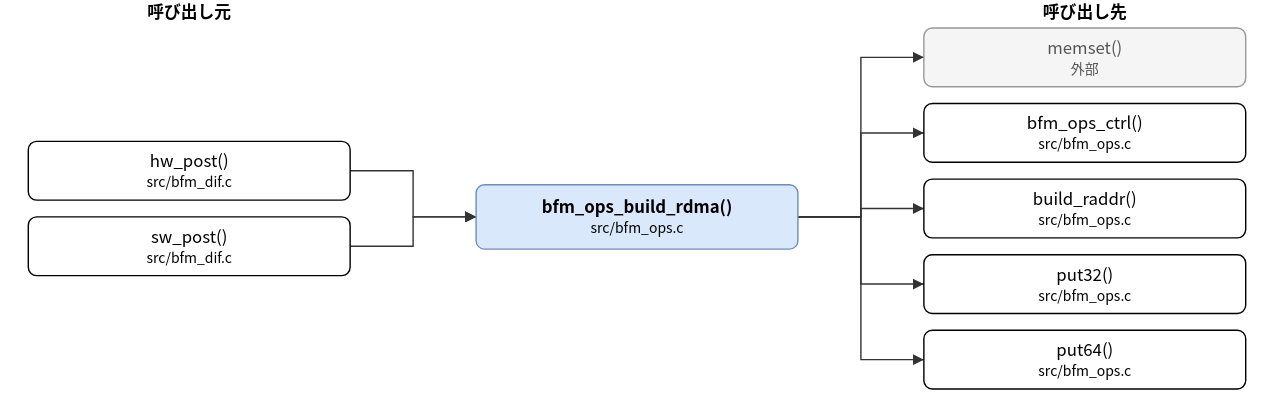
hf355051012-ai/bfmem keeps this draw.io diagram as doc/spec/images/call_src_bfm_ops-bfm_ops_build_rdma.drawio.svg. Above is the earlier version. Source tidied: cells renumbered, new cells last; positions are measured from the earlier drawing's top-left corner, leaving out a move shared by most shapes.
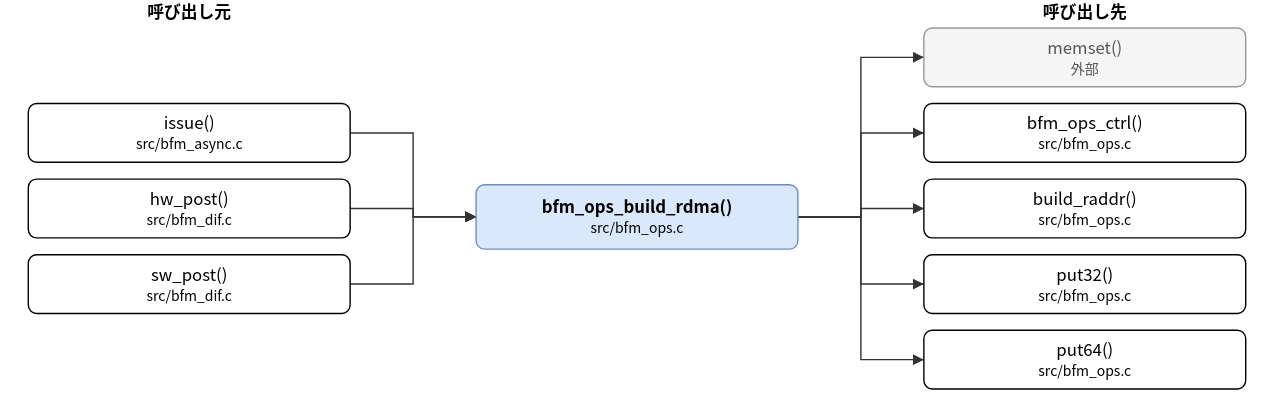
After the commit.

What changed in the source:
```diff
@@ -5,12 +5,15 @@
     <mxCell id="2" value="bfm_ops_build_rdma()&lt;br&gt;&lt;font style=&quot;font-size:10px&quot;&gt;src/bfm_ops.c&lt;/font&gt;" style="rounded=1;whiteSpace=wrap;html=1;fillColor=#dae8fc;strokeColor=#6c8ebf;fontStyle=1;" parent="1" vertex="1">
       <mxGeometry x="320" y="132" width="230" height="46" as="geometry" />
     </mxCell>
-    <mxCell id="3" value="hw_post()&lt;br&gt;&lt;font style=&quot;font-size:10px&quot;&gt;src/bfm_dif.c&lt;/font&gt;" style="rounded=1;whiteSpace=wrap;html=1;" parent="1" vertex="1">
-      <mxGeometry y="101" width="230" height="42" as="geometry" />
+    <mxCell id="3" value="issue()&lt;br&gt;&lt;font style=&quot;font-size:10px&quot;&gt;src/bfm_async.c&lt;/font&gt;" style="rounded=1;whiteSpace=wrap;html=1;" parent="1" vertex="1">
+      <mxGeometry y="74" width="230" height="42" as="geometry" />
     </mxCell>
-    <mxCell id="4" value="sw_post()&lt;br&gt;&lt;font style=&quot;font-size:10px&quot;&gt;src/bfm_dif.c&lt;/font&gt;" style="rounded=1;whiteSpace=wrap;html=1;" parent="1" vertex="1">
-      <mxGeometry y="155" width="230" height="42" as="geometry" />
+    <mxCell id="4" value="hw_post()&lt;br&gt;&lt;font style=&quot;font-size:10px&quot;&gt;src/bfm_dif.c&lt;/font&gt;" style="rounded=1;whiteSpace=wrap;html=1;" parent="1" vertex="1">
+      <mxGeometry y="128" width="230" height="42" as="geometry" />
     </mxCell>
+    <mxCell id="19" value="sw_post()&lt;br&gt;&lt;font style=&quot;font-size:10px&quot;&gt;src/bfm_dif.c&lt;/font&gt;" style="rounded=1;whiteSpace=wrap;html=1;" parent="1" vertex="1">
+      <mxGeometry y="182" width="230" height="42" as="geometry" />
+    </mxCell>
     <mxCell id="5" value="memset()&lt;br&gt;&lt;font style=&quot;font-size:10px&quot;&gt;外部&lt;/font&gt;" style="rounded=1;whiteSpace=wrap;html=1;fillColor=#f5f5f5;strokeColor=#999999;fontColor=#555555;" parent="1" vertex="1">
       <mxGeometry x="640" y="20" width="230" height="42" as="geometry" />
     </mxCell>
@@ -29,7 +32,7 @@
     <mxCell id="10" style="edgeStyle=none;html=1;rounded=0;endArrow=block;endFill=1;exitX=1.0000;exitY=0.5000;exitDx=0;exitDy=0;exitPerimeter=0;entryX=0.0000;entryY=0.5000;entryDx=0;entryDy=0;entryPerimeter=0;" parent="1" edge="1" source="3" target="2">
       <mxGeometry relative="1" as="geometry">
         <Array as="points">
-          <mxPoint x="275" y="122" />
+          <mxPoint x="275" y="95" />
           <mxPoint x="275" y="155" />
         </Array>
       </mxGeometry>
@@ -37,51 +40,59 @@
     <mxCell id="11" style="edgeStyle=none;html=1;rounded=0;endArrow=block;endFill=1;exitX=1.0000;exitY=0.5000;exitDx=0;exitDy=0;exitPerimeter=0;entryX=0.0000;entryY=0.5000;entryDx=0;entryDy=0;entryPerimeter=0;" parent="1" edge="1" source="4" target="2">
       <mxGeometry relative="1" as="geometry">
         <Array as="points">
-          <mxPoint x="275" y="176" />
+          <mxPoint x="275" y="149" />
           <mxPoint x="275" y="155" />
         </Array>
       </mxGeometry>
     </mxCell>
-    <mxCell id="12" style="edgeStyle=none;html=1;rounded=0;endArrow=block;endFill=1;exitX=1.0000;exitY=0.5000;exitDx=0;exitDy=0;exitPerimeter=0;entryX=0.0000;entryY=0.5000;entryDx=0;entryDy=0;entryPerimeter=0;" parent="1" edge="1" source="2" target="5">
+    <mxCell id="12" style="edgeStyle=none;html=1;rounded=0;endArrow=block;endFill=1;exitX=1.0000;exitY=0.5000;exitDx=0;exitDy=0;exitPerimeter=0;entryX=0.0000;entryY=0.5000;entryDx=0;entryDy=0;entryPerimeter=0;" parent="1" edge="1" source="19" target="2">
       <mxGeometry relative="1" as="geometry">
         <Array as="points">
-          <mxPoint x="595" y="155" />
-          <mxPoint x="595" y="41" />
+          <mxPoint x="275" y="203" />
+          <mxPoint x="275" y="155" />
         </Array>
       </mxGeometry>
     </mxCell>
-    <mxCell id="13" style="edgeStyle=none;html=1;rounded=0;endArrow=block;endFill=1;exitX=1.0000;exitY=0.5000;exitDx=0;exitDy=0;exitPerimeter=0;entryX=0.0000;entryY=0.5000;entryDx=0;entryDy=0;entryPerimeter=0;" parent="1" edge="1" source="2" target="6">
+    <mxCell id="13" style="edgeStyle=none;html=1;rounded=0;endArrow=block;endFill=1;exitX=1.0000;exitY=0.5000;exitDx=0;exitDy=0;exitPerimeter=0;entryX=0.0000;entryY=0.5000;entryDx=0;entryDy=0;entryPerimeter=0;" parent="1" edge="1" source="2" target="5">
       <mxGeometry relative="1" as="geometry">
         <Array as="points">
           <mxPoint x="595" y="155" />
-          <mxPoint x="595" y="95" />
+          <mxPoint x="595" y="41" />
         </Array>
       </mxGeometry>
     </mxCell>
-    <mxCell id="14" style="edgeStyle=none;html=1;rounded=0;endArrow=block;endFill=1;exitX=1.0000;exitY=0.5000;exitDx=0;exitDy=0;exitPerimeter=0;entryX=0.0000;entryY=0.5000;entryDx=0;entryDy=0;entryPerimeter=0;" parent="1" edge="1" source="2" target="7">
+    <mxCell id="14" style="edgeStyle=none;html=1;rounded=0;endArrow=block;endFill=1;exitX=1.0000;exitY=0.5000;exitDx=0;exitDy=0;exitPerimeter=0;entryX=0.0000;entryY=0.5000;entryDx=0;entryDy=0;entryPerimeter=0;" parent="1" edge="1" source="2" target="6">
       <mxGeometry relative="1" as="geometry">
         <Array as="points">
           <mxPoint x="595" y="155" />
-          <mxPoint x="595" y="149" />
+          <mxPoint x="595" y="95" />
         </Array>
       </mxGeometry>
     </mxCell>
-    <mxCell id="15" style="edgeStyle=none;html=1;rounded=0;endArrow=block;endFill=1;exitX=1.0000;exitY=0.5000;exitDx=0;exitDy=0;exitPerimeter=0;entryX=0.0000;entryY=0.5000;entryDx=0;entryDy=0;entryPerimeter=0;" parent="1" edge="1" source="2" target="8">
+    <mxCell id="15" style="edgeStyle=none;html=1;rounded=0;endArrow=block;endFill=1;exitX=1.0000;exitY=0.5000;exitDx=0;exitDy=0;exitPerimeter=0;entryX=0.0000;entryY=0.5000;entryDx=0;entryDy=0;entryPerimeter=0;" parent="1" edge="1" source="2" target="7">
       <mxGeometry relative="1" as="geometry">
         <Array as="points">
           <mxPoint x="595" y="155" />
-          <mxPoint x="595" y="203" />
+          <mxPoint x="595" y="149" />
         </Array>
       </mxGeometry>
     </mxCell>
-    <mxCell id="16" style="edgeStyle=none;html=1;rounded=0;endArrow=block;endFill=1;exitX=1.0000;exitY=0.5000;exitDx=0;exitDy=0;exitPerimeter=0;entryX=0.0000;entryY=0.5000;entryDx=0;entryDy=0;entryPerimeter=0;" parent="1" edge="1" source="2" target="9">
+    <mxCell id="16" style="edgeStyle=none;html=1;rounded=0;endArrow=block;endFill=1;exitX=1.0000;exitY=0.5000;exitDx=0;exitDy=0;exitPerimeter=0;entryX=0.0000;entryY=0.5000;entryDx=0;entryDy=0;entryPerimeter=0;" parent="1" edge="1" source="2" target="8">
       <mxGeometry relative="1" as="geometry">
         <Array as="points">
           <mxPoint x="595" y="155" />
-          <mxPoint x="595" y="257" />
+          <mxPoint x="595" y="203" />
         </Array>
       </mxGeometry>
     </mxCell>
+    <mxCell id="20" style="edgeStyle=none;html=1;rounded=0;endArrow=block;endFill=1;exitX=1.0000;exitY=0.5000;exitDx=0;exitDy=0;exitPerimeter=0;entryX=0.0000;entryY=0.5000;entryDx=0;entryDy=0;entryPerimeter=0;" parent="1" edge="1" source="2" target="9">
+      <mxGeometry relative="1" as="geometry">
+        <Array as="points">
+          <mxPoint x="595" y="155" />
+          <mxPoint x="595" y="257" />
+        </Array>
+      </mxGeometry>
+    </mxCell>
     <mxCell id="17" value="呼び出し元" style="text;html=1;align=center;fontStyle=1;" parent="1" vertex="1">
       <mxGeometry x="35" width="160" height="18" as="geometry" />
     </mxCell>
```
